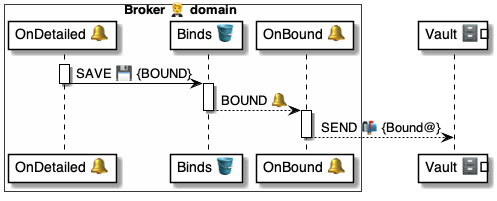
Earlier version of the PlantUML export 4 ⚙️ Solution/20 🧑‍🦰 UI/Brokers 🤵/🤵🪣 Broker tables/Binds 🔗 table/🪣🧱 13 Bound 🔔 event/🤵 OnBindBound ⚙️ uml.png (pollyweb-org/pollyweb-docs). Its source is kept beside it as 4 ⚙️ Solution/20 🧑‍🦰 UI/Brokers 🤵/🤵🪣 Broker tables/Binds 🔗 table/🪣🧱 13 Bound 🔔 event/🤵 OnBindBound ⚙️ uml.puml.
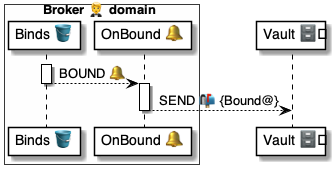
The same diagram one commit later.

What changed in the source:
```diff
@@ -1,15 +1,11 @@
 @startuml OnBindBound
 
 box Broker 🤵 domain #FFFFFA
-    participant "OnDetailed 🔔" as script
     participant "Binds 🪣" as binds
     participant "OnBound 🔔" as handler
 end box
 participant "Vault 🗄️" as vault
 
-activate script
-    script -> binds: SAVE 💾 {BOUND}
-deactivate script
 
 activate binds
     binds --> handler: BOUND 🔔
```
